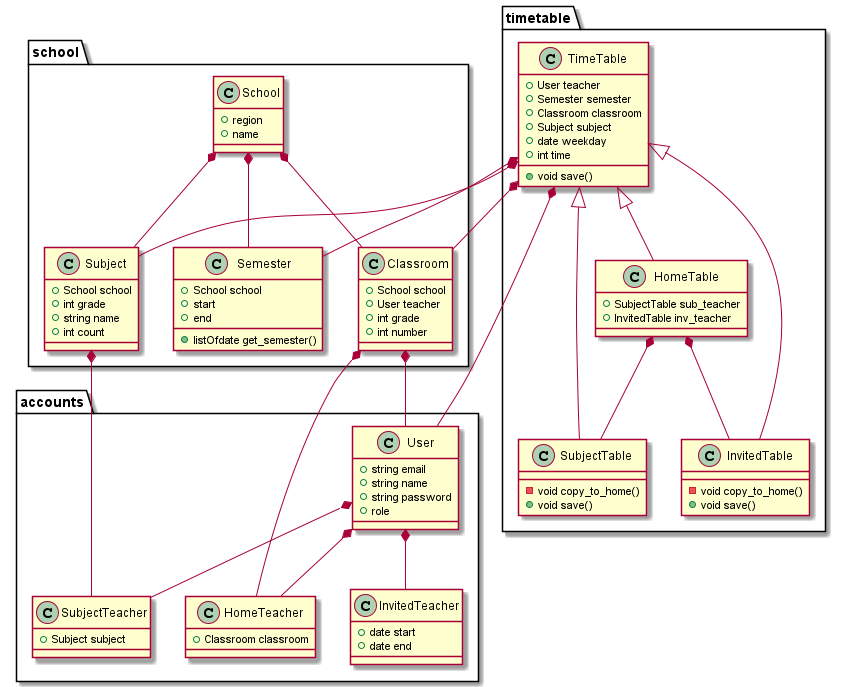
hyeonjang/class_schedule_maker keeps this PlantUML diagram as _report/2020-10-16-report/class.png. Above is the earlier version.
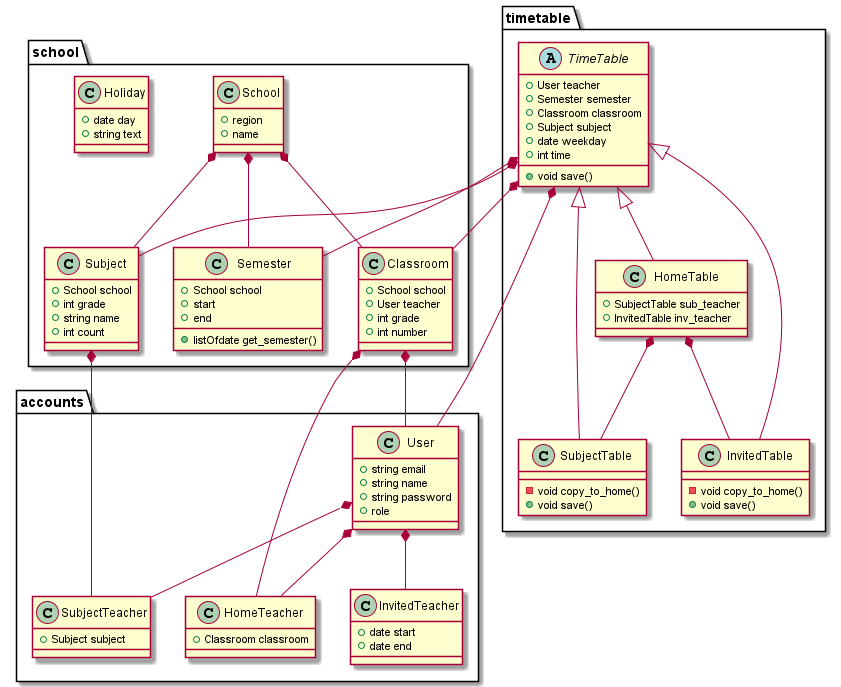
Later version of the same file.

Commit message:
holiday creation bug fixed

The edit, as a diff of the source:
```diff
@@ -9,6 +9,10 @@
         + start
         + end
         + listOfdate get_semester()
+    }
+    class Holiday {
+        + date day
+        + string text
     }
     class Classroom {
         + School school
@@ -31,7 +35,7 @@
 }
 
 namespace timetable {
-    class TimeTable {
+    abstract TimeTable {
         + User teacher
         + Semester semester
         + Classroom classroom
```
